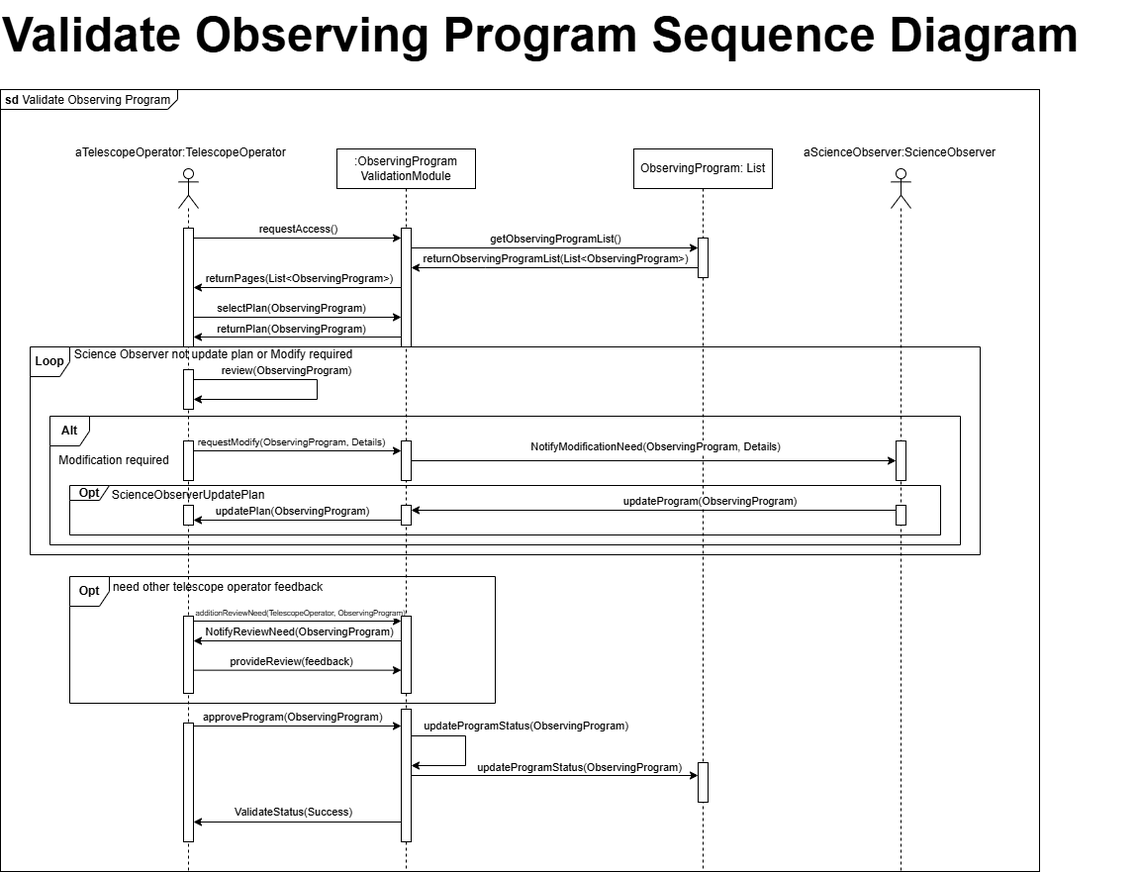
Before: images/D3-S5.drawio.png, a diagram exported from draw.io (NithimethM/Nithimeth-2024-ITCS431-Gemini8). Source tidied: cells renumbered, new cells last; positions are measured from the earlier drawing's top-left corner, leaving out a move shared by most shapes.
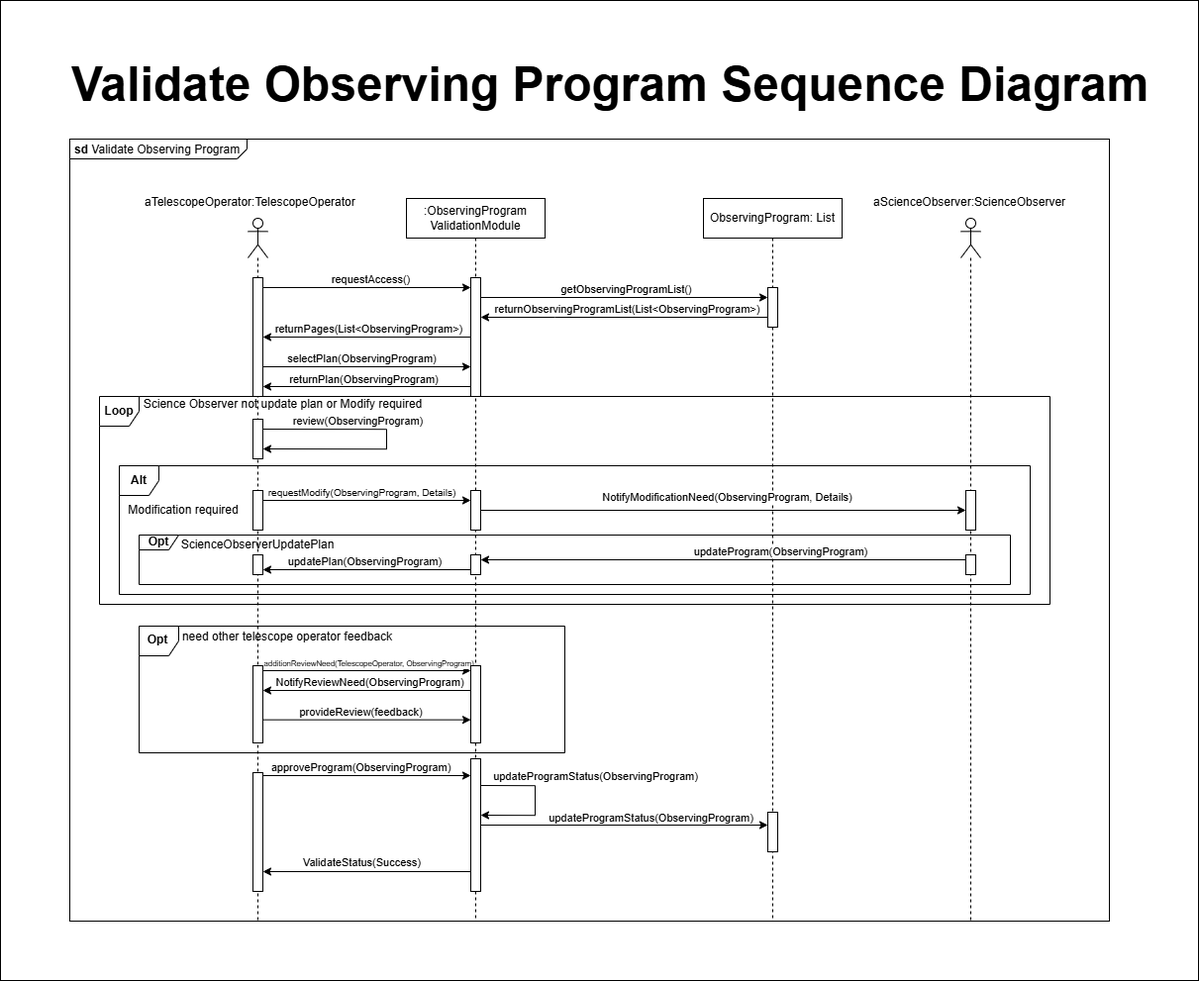
After the change.

What changed in the source:
```diff
@@ -2,6 +2,9 @@
   <root>
     <mxCell id="0" />
     <mxCell id="1" parent="0" />
+    <mxCell id="85" style="rounded=0;whiteSpace=wrap;html=1;" parent="1" vertex="1">
+      <mxGeometry x="-70" y="-50" width="1210" height="990" as="geometry" />
+    </mxCell>
     <mxCell id="2" value="&lt;p style=&quot;margin:0px;margin-top:4px;margin-left:5px;text-align:left;&quot;&gt;&lt;b&gt;sd&lt;/b&gt;&amp;nbsp;Validate Observing Program&lt;/p&gt;" style="html=1;shape=mxgraph.sysml.package;overflow=fill;labelX=179;align=left;spacingLeft=5;verticalAlign=top;spacingTop=-3;" parent="1" vertex="1">
       <mxGeometry y="90" width="1050" height="790" as="geometry" />
     </mxCell>
@@ -304,7 +307,7 @@
       <mxGeometry x="125" y="485" width="130" height="30" as="geometry" />
     </mxCell>
     <mxCell id="78" value="&lt;h1 style=&quot;margin-top: 0px;&quot;&gt;&lt;font style=&quot;font-size: 48px;&quot;&gt;Validate Observing Program Sequence Diagram&lt;/font&gt;&lt;/h1&gt;" style="text;html=1;whiteSpace=wrap;overflow=hidden;rounded=0;" parent="1" vertex="1">
-      <mxGeometry width="1150" height="70" as="geometry" />
+      <mxGeometry width="1100" height="70" as="geometry" />
     </mxCell>
     <mxCell id="79" style="rounded=0;dashed=0;" parent="1" vertex="1">
       <mxGeometry x="185" y="230" width="10" height="120" as="geometry" />
```
